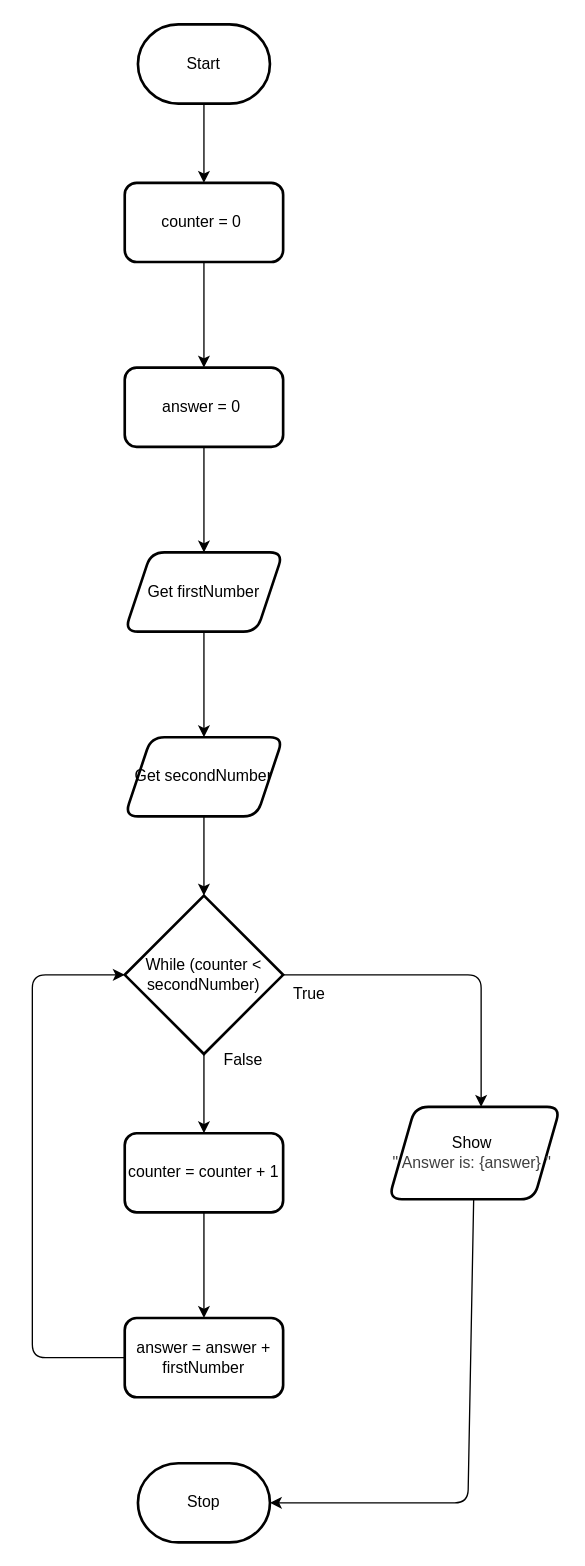
This is design/flowchart.drawio from MTHS-ICD2O-1-2024/ICD2O-Unit-5-06-catherine-vu-09, a draw.io file, before an edit. Source tidied: cells renumbered, new cells numbered last; positions are measured from the earlier drawing's top-left corner, leaving out a move shared by most shapes. Both pictures are drawn from the tidied source at 132%, with x=0, y=0 at pixel (32, 24).
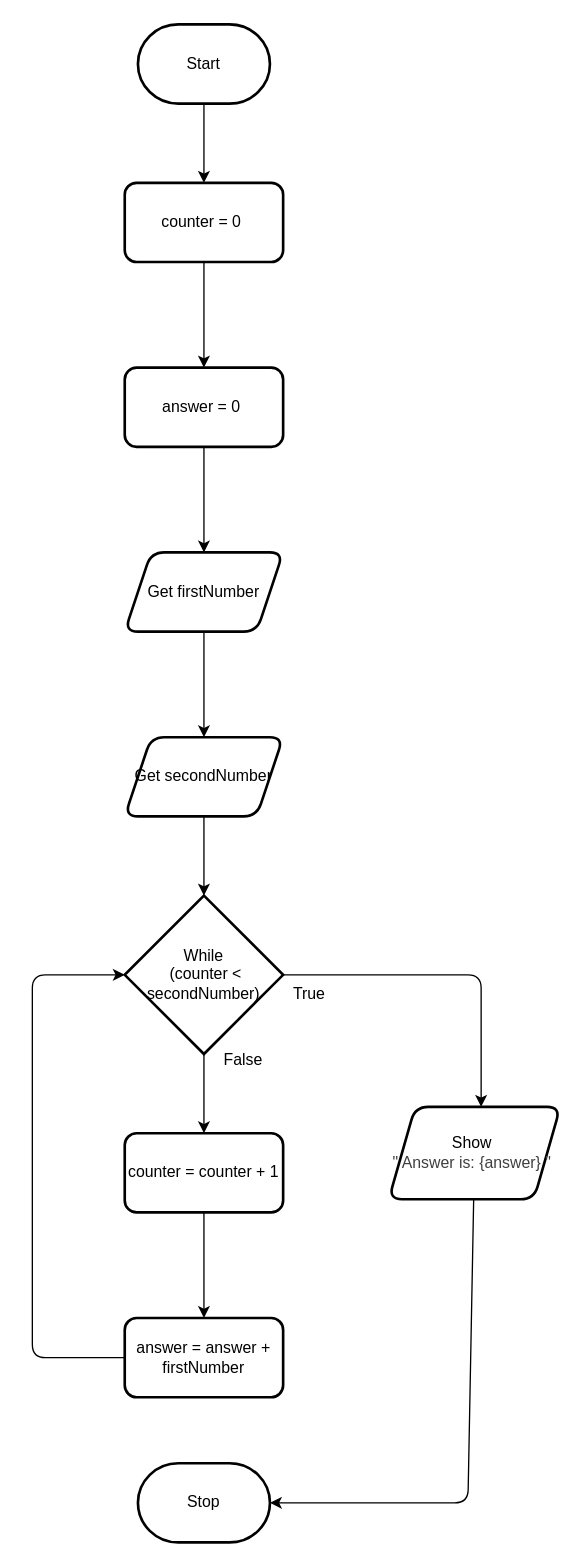
The same page after the edit.

Change to the diagram source:
```diff
@@
-    <mxCell id="14" value="While (counter &amp;lt; secondNumber)" style="rhombus;whiteSpace=wrap;html=1;strokeWidth=2;rounded=0;" parent="1" vertex="1">
+    <mxCell id="14" value="While&lt;div&gt;&amp;nbsp;(counter &amp;lt; secondNumber)&lt;/div&gt;" style="rhombus;whiteSpace=wrap;html=1;strokeWidth=2;rounded=0;" parent="1" vertex="1">
       <mxGeometry x="70" y="660" width="120" height="120" as="geometry" />
     </mxCell>
```
